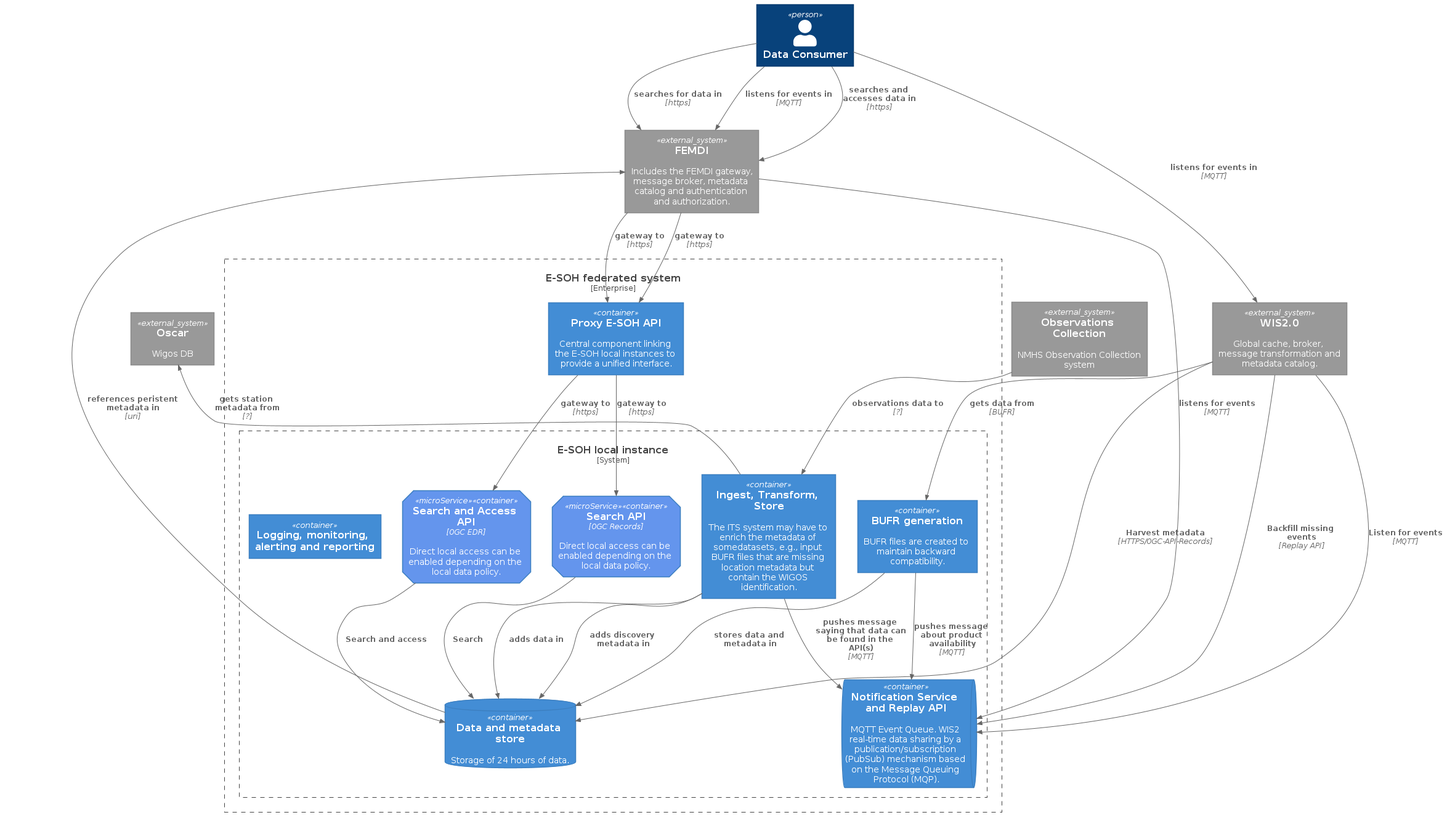
Above: c4-context.png in EURODEO/e-soh-c4 (PlantUML), before the change.
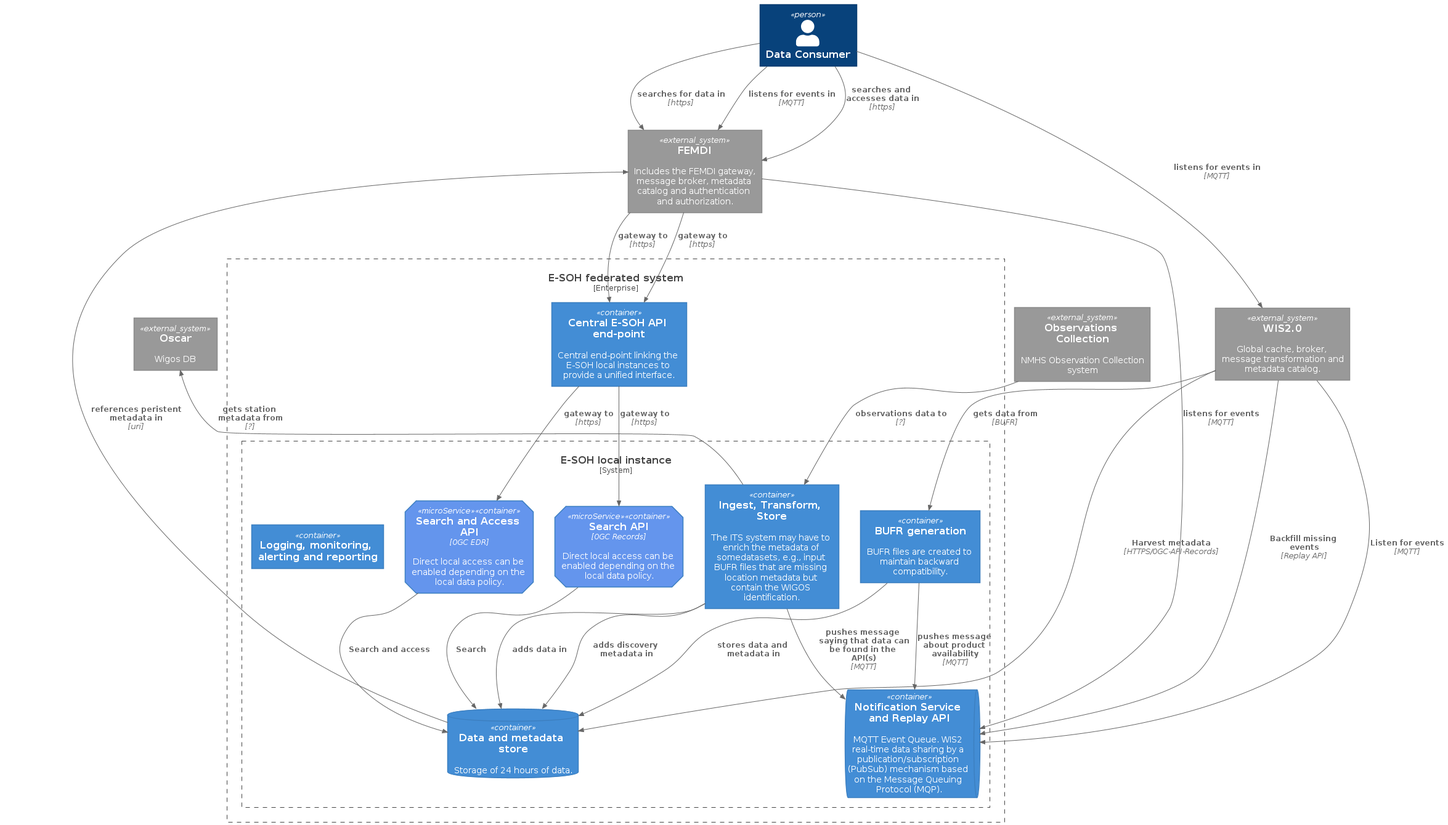
Later version of the same file.

Change to the diagram source:
```diff
@@ -11,7 +11,7 @@
 Person(consumer, "Data Consumer")
 
 Enterprise_Boundary(esoh_all, "E-SOH federated system"){
-  Container(proxy, "Proxy E-SOH API", "", "Central component linking the E-SOH local instances to provide a unified interface.")
+  Container(proxy, "Central E-SOH API end-point", "", "Central end-point linking the E-SOH local instances to provide a unified interface.")
 
   System_Boundary(esoh_fed, "E-SOH local instance"){
     ContainerQueue(queue, "Notification Service and Replay API", "", "MQTT Event Queue. WIS2 real-time data sharing by a publication/subscription (PubSub) mechanism based on the Message Queuing Protocol (MQP).")
```
